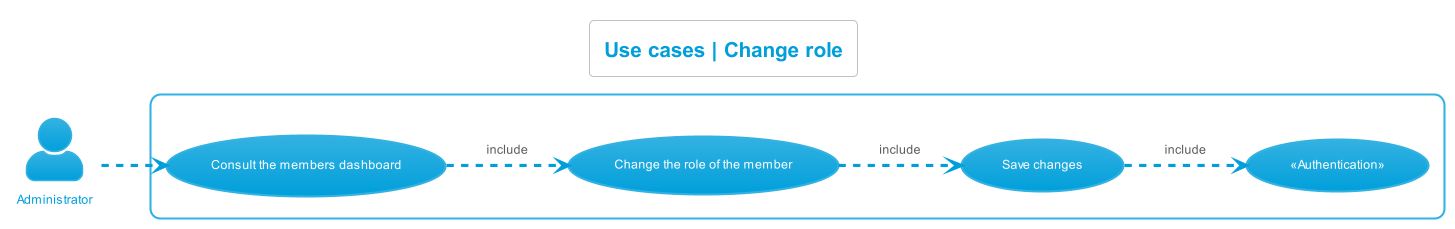
sebastien-d-me/SebBlog keeps this PlantUML diagram as 1_project_design/uml_diagrams/use_cases/members/change_role/change_role/use_cases__change_role.png. Above is the earlier version.
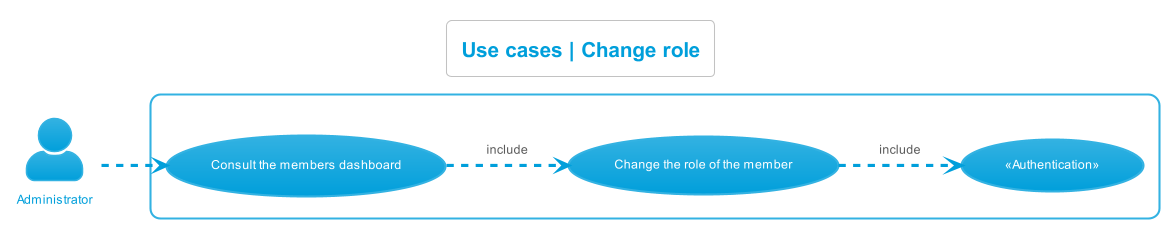
Later version of the same file.

Change to the diagram source:
```diff
@@ -13,11 +13,9 @@
 
     "Consult the members dashboard" as (ConsulterTDBMembres)
     "Change the role of the member" as (ModifierRole)
-    "Save changes" as (EnregistrerModifications)
 
     :Administrateur: -.> (ConsulterTDBMembres)
     (ConsulterTDBMembres) -.> (ModifierRole) : include
-    (ModifierRole) -.> (EnregistrerModifications) : include
-    (EnregistrerModifications) -.> (Authentification) : include
+    (ModifierRole) -.> (Authentification) : include
 }
 @enduml
```
